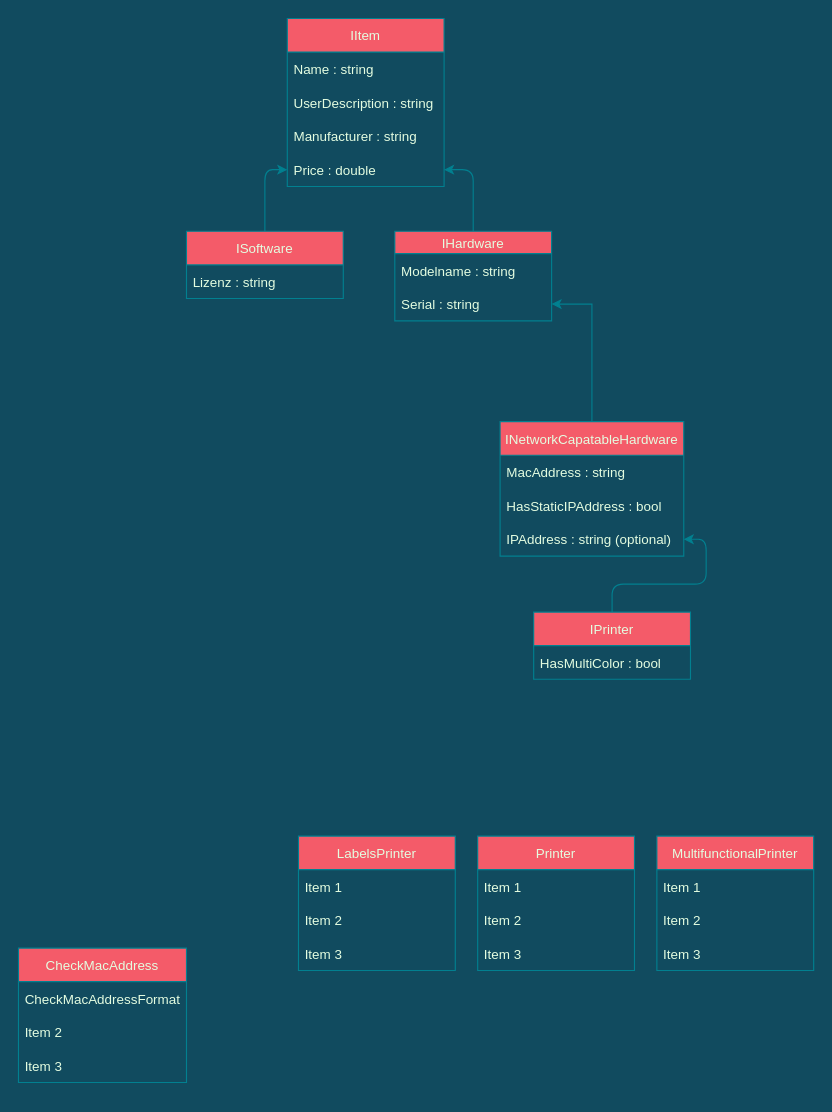
Scherlda/sw_developer_2021_damian keeps this draw.io diagram as src/uebung/printer_manager/project_diagram.drawio. Above is the earlier version. Source tidied: cells renumbered, new cells numbered last; positions are measured from the earlier drawing's top-left corner, leaving out a move shared by most shapes. Both pictures are drawn from the tidied source at 112%, with x=0, y=0 at pixel (18, 18).
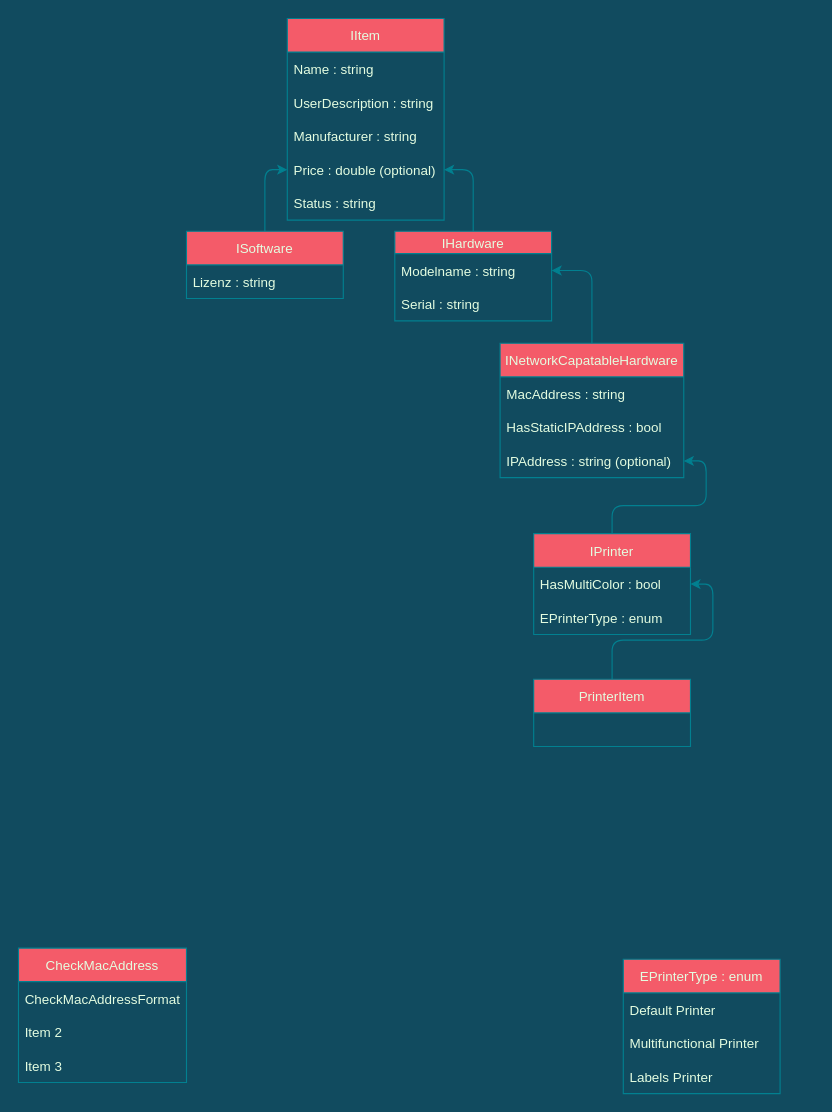
After the change.

The change refers to these unchanged cells:
```xml
<mxCell id="3" value="IHardware" style="swimlane;fontStyle=0;horizontal=1;startSize=20;fillColor=#F45B69;strokeColor=#028090;fontColor=#E4FDE1;" parent="1" vertex="1">
  <mxGeometry x="336" y="190" width="140" height="80" as="geometry" />
</mxCell>
<mxCell id="4" value="Modelname : string" style="text;strokeColor=none;fillColor=none;align=left;verticalAlign=middle;spacingLeft=4;spacingRight=4;overflow=hidden;points=[[0,0.5],[1,0.5]];portConstraint=eastwest;fontColor=#E4FDE1;" parent="3" vertex="1">
  <mxGeometry y="20" width="140" height="30" as="geometry" />
</mxCell>
<mxCell id="5" value="Serial : string" style="text;strokeColor=none;fillColor=none;align=left;verticalAlign=middle;spacingLeft=4;spacingRight=4;overflow=hidden;points=[[0,0.5],[1,0.5]];portConstraint=eastwest;fontColor=#E4FDE1;" parent="3" vertex="1">
  <mxGeometry y="50" width="140" height="30" as="geometry" />
</mxCell>
<mxCell id="12" value="HasMultiColor : bool" style="text;strokeColor=none;fillColor=none;align=left;verticalAlign=middle;spacingLeft=4;spacingRight=4;overflow=hidden;points=[[0,0.5],[1,0.5]];portConstraint=eastwest;fontColor=#E4FDE1;" parent="11" vertex="1">
  <mxGeometry y="30" width="140" height="30" as="geometry" />
</mxCell>
<mxCell id="32" value="ISoftware" style="swimlane;fontStyle=0;horizontal=1;startSize=30;rounded=0;fontColor=#E4FDE1;strokeColor=#028090;fillColor=#F45B69;" parent="1" vertex="1">
  <mxGeometry x="150" y="190" width="140" height="60" as="geometry" />
</mxCell>
```

Change to the diagram source:
```diff
@@
-    <mxCell id="2" style="edgeStyle=orthogonalEdgeStyle;curved=0;rounded=1;jettySize=auto;html=1;exitX=0.5;exitY=0;exitDx=0;exitDy=0;entryX=1;entryY=0.5;entryDx=0;entryDy=0;fontColor=#E4FDE1;strokeColor=#028090;fillColor=#F45B69;" parent="1" edge="1" source="3" target="22">
+    <mxCell id="2" style="edgeStyle=orthogonalEdgeStyle;curved=0;rounded=1;jettySize=auto;html=1;exitX=0.5;exitY=0;exitDx=0;exitDy=0;entryX=1;entryY=0.5;entryDx=0;entryDy=0;fontColor=#E4FDE1;strokeColor=#028090;fillColor=#F45B69;labelBackgroundColor=#114B5F;" parent="1" edge="1" source="3" target="22">
       <mxGeometry relative="1" as="geometry" />
     </mxCell>
@@
     <mxCell id="11" value="IPrinter" style="swimlane;fontStyle=0;horizontal=1;startSize=30;fillColor=#F45B69;strokeColor=#028090;fontColor=#E4FDE1;" parent="1" vertex="1">
-      <mxGeometry x="460" y="530" width="140" height="60" as="geometry" />
+      <mxGeometry x="460" y="460" width="140" height="90" as="geometry" />
     </mxCell>
@@
-    <mxCell id="13" style="edgeStyle=orthogonalEdgeStyle;rounded=0;jettySize=auto;html=1;exitX=0.5;exitY=0;exitDx=0;exitDy=0;entryX=1;entryY=0.5;entryDx=0;entryDy=0;strokeColor=#028090;fontColor=#E4FDE1;labelBackgroundColor=#114B5F;" parent="1" edge="1" source="14" target="5">
-      <mxGeometry relative="1" as="geometry" />
-    </mxCell>
+    <mxCell id="38" value="EPrinterType : enum" style="text;strokeColor=none;fillColor=none;align=left;verticalAlign=middle;spacingLeft=4;spacingRight=4;overflow=hidden;fontColor=#E4FDE1;" parent="11" vertex="1">
+      <mxGeometry y="60" width="140" height="30" as="geometry" />
+    </mxCell>
+    <mxCell id="39" style="edgeStyle=orthogonalEdgeStyle;curved=0;rounded=1;sketch=0;jettySize=auto;html=1;exitX=0.5;exitY=0;exitDx=0;exitDy=0;entryX=1;entryY=0.5;entryDx=0;entryDy=0;fontColor=#E4FDE1;strokeColor=#028090;fillColor=#F45B69;" parent="1" edge="1" source="14" target="4">
+      <mxGeometry relative="1" as="geometry" />
+    </mxCell>
     <mxCell id="14" value="INetworkCapatableHardware" style="swimlane;fontStyle=0;horizontal=1;startSize=30;fillColor=#F45B69;strokeColor=#028090;fontColor=#E4FDE1;" parent="1" vertex="1">
-      <mxGeometry x="430" y="360" width="164" height="120" as="geometry" />
+      <mxGeometry x="430" y="290" width="164" height="120" as="geometry" />
     </mxCell>
@@
     <mxCell id="18" value="IItem" style="swimlane;fontStyle=0;horizontal=1;startSize=30;fillColor=#F45B69;strokeColor=#028090;fontColor=#E4FDE1;" parent="1" vertex="1">
-      <mxGeometry x="240" width="140" height="150" as="geometry" />
+      <mxGeometry x="240" width="140" height="180" as="geometry" />
     </mxCell>
@@
-    <mxCell id="22" value="Price : double" style="text;strokeColor=none;fillColor=none;align=left;verticalAlign=middle;spacingLeft=4;spacingRight=4;overflow=hidden;points=[[0,0.5],[1,0.5]];portConstraint=eastwest;fontColor=#E4FDE1;" parent="18" vertex="1">
+    <mxCell id="22" value="Price : double (optional)" style="text;strokeColor=none;fillColor=none;align=left;verticalAlign=middle;spacingLeft=4;spacingRight=4;overflow=hidden;points=[[0,0.5],[1,0.5]];portConstraint=eastwest;fontColor=#E4FDE1;" parent="18" vertex="1">
       <mxGeometry y="120" width="140" height="30" as="geometry" />
     </mxCell>
-    <mxCell id="23" value="Printer" style="swimlane;fontStyle=0;horizontal=1;startSize=30;fillColor=#F45B69;strokeColor=#028090;fontColor=#E4FDE1;" parent="1" vertex="1">
-      <mxGeometry x="410" y="730" width="140" height="120" as="geometry" />
-    </mxCell>
-    <mxCell id="24" value="Item 1" style="text;strokeColor=none;fillColor=none;align=left;verticalAlign=middle;spacingLeft=4;spacingRight=4;overflow=hidden;fontColor=#E4FDE1;" parent="23" vertex="1">
-      <mxGeometry y="30" width="140" height="30" as="geometry" />
-    </mxCell>
-    <mxCell id="25" value="Item 2" style="text;strokeColor=none;fillColor=none;align=left;verticalAlign=middle;spacingLeft=4;spacingRight=4;overflow=hidden;fontColor=#E4FDE1;" parent="23" vertex="1">
-      <mxGeometry y="60" width="140" height="30" as="geometry" />
-    </mxCell>
-    <mxCell id="26" value="Item 3" style="text;strokeColor=none;fillColor=none;align=left;verticalAlign=middle;spacingLeft=4;spacingRight=4;overflow=hidden;fontColor=#E4FDE1;" parent="23" vertex="1">
-      <mxGeometry y="90" width="140" height="30" as="geometry" />
-    </mxCell>
-    <mxCell id="27" value="LabelsPrinter" style="swimlane;fontStyle=0;horizontal=1;startSize=30;fillColor=#F45B69;strokeColor=#028090;fontColor=#E4FDE1;" parent="1" vertex="1">
-      <mxGeometry x="250" y="730" width="140" height="120" as="geometry" />
-    </mxCell>
-    <mxCell id="28" value="Item 1" style="text;strokeColor=none;fillColor=none;align=left;verticalAlign=middle;spacingLeft=4;spacingRight=4;overflow=hidden;fontColor=#E4FDE1;" parent="27" vertex="1">
-      <mxGeometry y="30" width="140" height="30" as="geometry" />
-    </mxCell>
-    <mxCell id="29" value="Item 2" style="text;strokeColor=none;fillColor=none;align=left;verticalAlign=middle;spacingLeft=4;spacingRight=4;overflow=hidden;fontColor=#E4FDE1;" parent="27" vertex="1">
-      <mxGeometry y="60" width="140" height="30" as="geometry" />
-    </mxCell>
-    <mxCell id="30" value="Item 3" style="text;strokeColor=none;fillColor=none;align=left;verticalAlign=middle;spacingLeft=4;spacingRight=4;overflow=hidden;fontColor=#E4FDE1;" parent="27" vertex="1">
-      <mxGeometry y="90" width="140" height="30" as="geometry" />
-    </mxCell>
+    <mxCell id="40" value="Status : string" style="text;strokeColor=none;fillColor=none;align=left;verticalAlign=middle;spacingLeft=4;spacingRight=4;overflow=hidden;fontColor=#E4FDE1;" parent="18" vertex="1">
+      <mxGeometry y="150" width="140" height="30" as="geometry" />
+    </mxCell>
-    <mxCell id="31" style="edgeStyle=orthogonalEdgeStyle;curved=0;rounded=1;jettySize=auto;html=1;exitX=0.5;exitY=0;exitDx=0;exitDy=0;entryX=0;entryY=0.5;entryDx=0;entryDy=0;fontColor=#E4FDE1;strokeColor=#028090;fillColor=#F45B69;" parent="1" edge="1" source="32" target="22">
+    <mxCell id="31" style="edgeStyle=orthogonalEdgeStyle;curved=0;rounded=1;jettySize=auto;html=1;exitX=0.5;exitY=0;exitDx=0;exitDy=0;entryX=0;entryY=0.5;entryDx=0;entryDy=0;fontColor=#E4FDE1;strokeColor=#028090;fillColor=#F45B69;labelBackgroundColor=#114B5F;" parent="1" edge="1" source="32" target="22">
       <mxGeometry relative="1" as="geometry" />
     </mxCell>
@@
-    <mxCell id="34" value="MultifunctionalPrinter" style="swimlane;fontStyle=0;horizontal=1;startSize=30;rounded=0;fontColor=#E4FDE1;strokeColor=#028090;fillColor=#F45B69;" parent="1" vertex="1">
-      <mxGeometry x="570" y="730" width="140" height="120" as="geometry" />
-    </mxCell>
-    <mxCell id="35" value="Item 1" style="text;strokeColor=none;fillColor=none;align=left;verticalAlign=middle;spacingLeft=4;spacingRight=4;overflow=hidden;rounded=0;fontColor=#E4FDE1;" parent="34" vertex="1">
-      <mxGeometry y="30" width="140" height="30" as="geometry" />
-    </mxCell>
-    <mxCell id="36" value="Item 2" style="text;strokeColor=none;fillColor=none;align=left;verticalAlign=middle;spacingLeft=4;spacingRight=4;overflow=hidden;rounded=0;fontColor=#E4FDE1;" parent="34" vertex="1">
-      <mxGeometry y="60" width="140" height="30" as="geometry" />
-    </mxCell>
-    <mxCell id="37" value="Item 3" style="text;strokeColor=none;fillColor=none;align=left;verticalAlign=middle;spacingLeft=4;spacingRight=4;overflow=hidden;rounded=0;fontColor=#E4FDE1;" parent="34" vertex="1">
-      <mxGeometry y="90" width="140" height="30" as="geometry" />
-    </mxCell>
+    <mxCell id="41" value="EPrinterType : enum" style="swimlane;fontStyle=0;horizontal=1;startSize=30;fillColor=#F45B69;strokeColor=#028090;fontColor=#E4FDE1;" parent="1" vertex="1">
+      <mxGeometry x="540" y="840" width="140" height="120" as="geometry" />
+    </mxCell>
+    <mxCell id="42" value="Default Printer" style="text;strokeColor=none;fillColor=none;align=left;verticalAlign=middle;spacingLeft=4;spacingRight=4;overflow=hidden;fontColor=#E4FDE1;" parent="41" vertex="1">
+      <mxGeometry y="30" width="140" height="30" as="geometry" />
+    </mxCell>
+    <mxCell id="43" value="Multifunctional Printer" style="text;strokeColor=none;fillColor=none;align=left;verticalAlign=middle;spacingLeft=4;spacingRight=4;overflow=hidden;fontColor=#E4FDE1;" parent="41" vertex="1">
+      <mxGeometry y="60" width="140" height="30" as="geometry" />
+    </mxCell>
+    <mxCell id="44" value="Labels Printer" style="text;strokeColor=none;fillColor=none;align=left;verticalAlign=middle;spacingLeft=4;spacingRight=4;overflow=hidden;fontColor=#E4FDE1;" parent="41" vertex="1">
+      <mxGeometry y="90" width="140" height="30" as="geometry" />
+    </mxCell>
+    <mxCell id="45" style="edgeStyle=orthogonalEdgeStyle;curved=0;rounded=1;sketch=0;jettySize=auto;html=1;exitX=0.5;exitY=0;exitDx=0;exitDy=0;entryX=1;entryY=0.5;entryDx=0;entryDy=0;fontColor=#E4FDE1;strokeColor=#028090;fillColor=#F45B69;" parent="1" edge="1" source="46" target="12">
+      <mxGeometry relative="1" as="geometry" />
+    </mxCell>
+    <mxCell id="46" value="PrinterItem" style="swimlane;fontStyle=0;horizontal=1;startSize=30;fillColor=#F45B69;strokeColor=#028090;fontColor=#E4FDE1;" parent="1" vertex="1">
+      <mxGeometry x="460" y="590" width="140" height="60" as="geometry" />
+    </mxCell>
```
